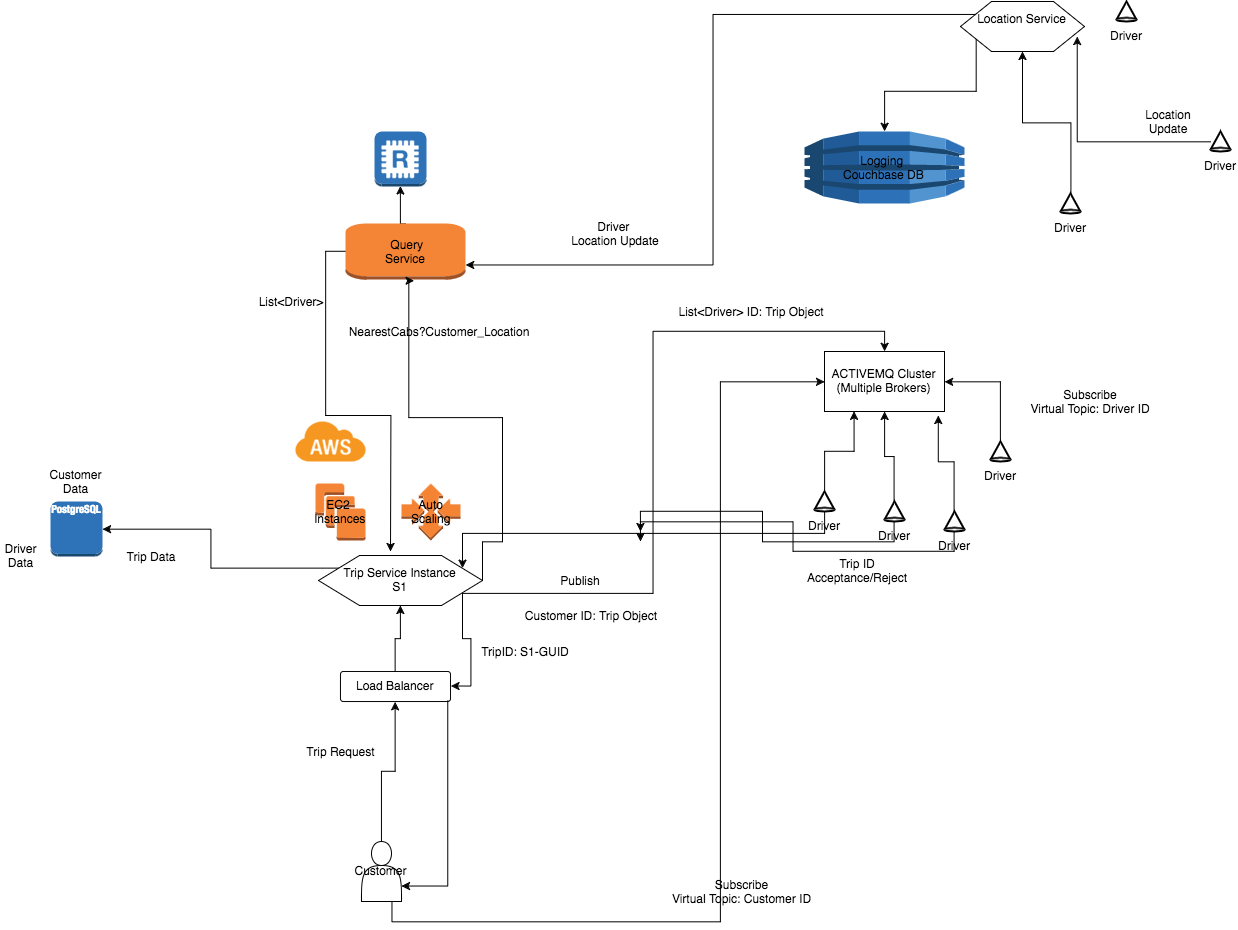
This is Careem.png from ashwanikumar04/ha-careem, a draw.io export, as it was before one commit. Source tidied: cells renumbered, new cells last; positions are measured from the earlier drawing's top-left corner, leaving out a move shared by most shapes. Its diagram source:
```xml
<mxGraphModel background="#ffffff">
  <root>
    <mxCell id="0" />
    <mxCell id="1" parent="0" />
    <mxCell id="2" style="dashed=0;html=1;shape=mxgraph.aws2.database.elasticcache_redis;strokeColor=none;" parent="1" vertex="1">
      <mxGeometry x="374" y="130" width="52" height="55" as="geometry" />
    </mxCell>
    <mxCell id="3" style="edgeStyle=orthogonalEdgeStyle;rounded=0;html=1;exitX=0.5;exitY=0;exitPerimeter=0;entryX=0.5;entryY=1;entryPerimeter=0;jettySize=auto;" parent="1" edge="1" source="5" target="2">
      <mxGeometry relative="1" as="geometry" />
    </mxCell>
    <mxCell id="4" style="edgeStyle=orthogonalEdgeStyle;rounded=0;html=1;exitX=0;exitY=0.5;exitPerimeter=0;jettySize=auto;" parent="1" edge="1" source="5">
      <mxGeometry relative="1" as="geometry">
        <mxPoint x="390" y="550" as="targetPoint" />
      </mxGeometry>
    </mxCell>
    <mxCell id="5" value="&amp;nbsp;Query&lt;div&gt;Service&lt;/div&gt;" style="dashed=0;html=1;shape=mxgraph.aws2.compute_and_networking.ec2_instance;strokeColor=none;" parent="1" vertex="1">
      <mxGeometry x="345" y="222" width="120" height="56" as="geometry" />
    </mxCell>
    <mxCell id="6" value="Logging &lt;br&gt;&lt;div&gt;Couchbase DB&lt;/div&gt;" style="dashed=0;html=1;shape=mxgraph.aws2.database.dynamodb;strokeColor=none;" parent="1" vertex="1">
      <mxGeometry x="804" y="130" width="160" height="72" as="geometry" />
    </mxCell>
    <mxCell id="7" value="ACTIVEMQ Cluster&lt;div&gt;(Multiple Brokers&lt;span&gt;)&lt;/span&gt;&lt;/div&gt;" style="whiteSpace=wrap;html=1;" parent="1" vertex="1">
      <mxGeometry x="824" y="350" width="120" height="60" as="geometry" />
    </mxCell>
    <mxCell id="8" style="edgeStyle=orthogonalEdgeStyle;rounded=0;html=1;jettySize=auto;" parent="1" edge="1" source="9" target="25">
      <mxGeometry relative="1" as="geometry" />
    </mxCell>
    <mxCell id="9" value="Driver&lt;div&gt;&lt;br&gt;&lt;/div&gt;" style="verticalLabelPosition=bottom;verticalAlign=top;html=1;strokeWidth=2;shape=mxgraph.basic.cone;" parent="1" vertex="1">
      <mxGeometry x="1060" y="192" width="20" height="20" as="geometry" />
    </mxCell>
    <mxCell id="10" style="edgeStyle=orthogonalEdgeStyle;rounded=0;html=1;entryX=0.941;entryY=0.693;entryPerimeter=0;jettySize=auto;" parent="1" edge="1" source="11" target="25">
      <mxGeometry relative="1" as="geometry" />
    </mxCell>
    <mxCell id="11" value="Driver&lt;div&gt;&lt;br&gt;&lt;/div&gt;" style="verticalLabelPosition=bottom;verticalAlign=top;html=1;strokeWidth=2;shape=mxgraph.basic.cone;" parent="1" vertex="1">
      <mxGeometry x="1210" y="130" width="20" height="20" as="geometry" />
    </mxCell>
    <mxCell id="12" style="edgeStyle=orthogonalEdgeStyle;rounded=0;html=1;exitX=0.5;exitY=0;exitPerimeter=0;entryX=0.25;entryY=1;jettySize=auto;" parent="1" edge="1" source="14" target="7">
      <mxGeometry relative="1" as="geometry" />
    </mxCell>
    <mxCell id="13" style="edgeStyle=orthogonalEdgeStyle;rounded=0;html=1;exitX=0.5;exitY=1;exitPerimeter=0;entryX=0.875;entryY=0.25;entryPerimeter=0;jettySize=auto;" parent="1" edge="1" source="14" target="33">
      <mxGeometry relative="1" as="geometry" />
    </mxCell>
    <mxCell id="14" value="Driver&lt;div&gt;&lt;br&gt;&lt;/div&gt;" style="verticalLabelPosition=bottom;verticalAlign=top;html=1;strokeWidth=2;shape=mxgraph.basic.cone;" parent="1" vertex="1">
      <mxGeometry x="814" y="490" width="20" height="20" as="geometry" />
    </mxCell>
    <mxCell id="15" style="edgeStyle=orthogonalEdgeStyle;rounded=0;html=1;exitX=0.5;exitY=0;exitPerimeter=0;entryX=1;entryY=0.5;jettySize=auto;" parent="1" edge="1" source="16" target="7">
      <mxGeometry relative="1" as="geometry" />
    </mxCell>
    <mxCell id="16" value="Driver&lt;div&gt;&lt;br&gt;&lt;/div&gt;" style="verticalLabelPosition=bottom;verticalAlign=top;html=1;strokeWidth=2;shape=mxgraph.basic.cone;" parent="1" vertex="1">
      <mxGeometry x="990" y="440" width="20" height="20" as="geometry" />
    </mxCell>
    <mxCell id="17" style="edgeStyle=orthogonalEdgeStyle;rounded=0;html=1;exitX=0.5;exitY=0;exitPerimeter=0;jettySize=auto;" parent="1" edge="1" source="19" target="7">
      <mxGeometry relative="1" as="geometry" />
    </mxCell>
    <mxCell id="18" style="edgeStyle=orthogonalEdgeStyle;rounded=0;html=1;exitX=0.5;exitY=1;exitPerimeter=0;jettySize=auto;" parent="1" edge="1" source="19">
      <mxGeometry relative="1" as="geometry">
        <mxPoint x="640" y="530" as="targetPoint" />
      </mxGeometry>
    </mxCell>
    <mxCell id="19" value="Driver&lt;div&gt;&lt;br&gt;&lt;/div&gt;" style="verticalLabelPosition=bottom;verticalAlign=top;html=1;strokeWidth=2;shape=mxgraph.basic.cone;" parent="1" vertex="1">
      <mxGeometry x="884" y="500" width="20" height="20" as="geometry" />
    </mxCell>
    <mxCell id="20" style="edgeStyle=orthogonalEdgeStyle;rounded=0;html=1;exitX=0.5;exitY=0;exitPerimeter=0;entryX=0.946;entryY=1.067;entryPerimeter=0;jettySize=auto;" parent="1" edge="1" source="22" target="7">
      <mxGeometry relative="1" as="geometry" />
    </mxCell>
    <mxCell id="21" style="edgeStyle=orthogonalEdgeStyle;rounded=0;html=1;exitX=0.5;exitY=1;exitPerimeter=0;jettySize=auto;" parent="1" edge="1" source="22">
      <mxGeometry relative="1" as="geometry">
        <mxPoint x="640" y="540" as="targetPoint" />
      </mxGeometry>
    </mxCell>
    <mxCell id="22" value="Driver&lt;div&gt;&lt;br&gt;&lt;/div&gt;" style="verticalLabelPosition=bottom;verticalAlign=top;html=1;strokeWidth=2;shape=mxgraph.basic.cone;" parent="1" vertex="1">
      <mxGeometry x="944" y="510" width="20" height="20" as="geometry" />
    </mxCell>
    <mxCell id="23" style="edgeStyle=orthogonalEdgeStyle;rounded=0;html=1;exitX=0.125;exitY=0.75;exitPerimeter=0;entryX=0.5;entryY=0;entryPerimeter=0;jettySize=auto;" parent="1" edge="1" source="25" target="6">
      <mxGeometry relative="1" as="geometry" />
    </mxCell>
    <mxCell id="24" style="edgeStyle=orthogonalEdgeStyle;rounded=0;html=1;exitX=0.125;exitY=0.25;exitPerimeter=0;entryX=1;entryY=0.75;entryPerimeter=0;jettySize=auto;" parent="1" edge="1" source="25" target="5">
      <mxGeometry relative="1" as="geometry" />
    </mxCell>
    <mxCell id="25" value="Location Service&lt;div&gt;&lt;br&gt;&lt;/div&gt;" style="shape=hexagon;perimeter=hexagonPerimeter;whiteSpace=wrap;html=1;" parent="1" vertex="1">
      <mxGeometry x="960" width="124" height="50" as="geometry" />
    </mxCell>
    <mxCell id="26" value="Driver&lt;div&gt;&lt;br&gt;&lt;/div&gt;" style="verticalLabelPosition=bottom;verticalAlign=top;html=1;strokeWidth=2;shape=mxgraph.basic.cone;" parent="1" vertex="1">
      <mxGeometry x="1116" width="20" height="20" as="geometry" />
    </mxCell>
    <mxCell id="27" value="Location Update" style="text;html=1;strokeColor=none;fillColor=none;align=center;verticalAlign=middle;whiteSpace=wrap;" parent="1" vertex="1">
      <mxGeometry x="1126" y="110" width="84" height="20" as="geometry" />
    </mxCell>
    <mxCell id="28" value="Subscribe&lt;br&gt;Virtual Topic: Driver ID" style="text;html=1;strokeColor=none;fillColor=none;align=center;verticalAlign=middle;whiteSpace=wrap;" parent="1" vertex="1">
      <mxGeometry x="1010" y="390" width="160" height="20" as="geometry" />
    </mxCell>
    <mxCell id="29" style="edgeStyle=orthogonalEdgeStyle;rounded=0;html=1;exitX=1;exitY=0.5;entryX=0.568;entryY=1.023;entryPerimeter=0;jettySize=auto;" parent="1" edge="1" source="33" target="5">
      <mxGeometry relative="1" as="geometry">
        <Array as="points">
          <mxPoint x="482" y="540" />
          <mxPoint x="502" y="540" />
          <mxPoint x="502" y="416" />
          <mxPoint x="408" y="416" />
        </Array>
      </mxGeometry>
    </mxCell>
    <mxCell id="30" style="edgeStyle=orthogonalEdgeStyle;rounded=0;html=1;exitX=0.875;exitY=0.75;exitPerimeter=0;entryX=1;entryY=0.5;entryPerimeter=0;jettySize=auto;" parent="1" edge="1" source="33" target="38">
      <mxGeometry relative="1" as="geometry" />
    </mxCell>
    <mxCell id="31" style="edgeStyle=orthogonalEdgeStyle;rounded=0;html=1;exitX=0.875;exitY=0.75;exitPerimeter=0;entryX=0.5;entryY=0;jettySize=auto;" parent="1" edge="1" source="33" target="7">
      <mxGeometry relative="1" as="geometry">
        <Array as="points">
          <mxPoint x="653" y="592" />
          <mxPoint x="653" y="330" />
          <mxPoint x="884" y="330" />
        </Array>
      </mxGeometry>
    </mxCell>
    <mxCell id="32" style="edgeStyle=orthogonalEdgeStyle;rounded=0;html=1;exitX=0.125;exitY=0.25;exitPerimeter=0;jettySize=auto;" parent="1" edge="1" source="33" target="50">
      <mxGeometry relative="1" as="geometry" />
    </mxCell>
    <mxCell id="33" value="Trip Service Instance&lt;div&gt;S1&lt;/div&gt;" style="shape=hexagon;perimeter=hexagonPerimeter;whiteSpace=wrap;html=1;" parent="1" vertex="1">
      <mxGeometry x="318" y="554" width="164" height="50" as="geometry" />
    </mxCell>
    <mxCell id="34" value="EC2&amp;nbsp;&lt;div&gt;Instances&lt;/div&gt;" style="dashed=0;html=1;shape=mxgraph.aws2.compute_and_networking.ec2_instances;strokeColor=none;" parent="1" vertex="1">
      <mxGeometry x="315" y="482" width="50" height="57" as="geometry" />
    </mxCell>
    <mxCell id="35" value="Auto&lt;div&gt;Scaling&lt;/div&gt;" style="dashed=0;html=1;shape=mxgraph.aws2.compute_and_networking.auto_scaling;strokeColor=none;" parent="1" vertex="1">
      <mxGeometry x="401" y="482" width="59" height="57" as="geometry" />
    </mxCell>
    <mxCell id="36" style="edgeStyle=orthogonalEdgeStyle;rounded=0;html=1;exitX=0.5;exitY=0;exitPerimeter=0;jettySize=auto;" parent="1" edge="1" source="38" target="33">
      <mxGeometry relative="1" as="geometry" />
    </mxCell>
    <mxCell id="37" style="edgeStyle=orthogonalEdgeStyle;rounded=0;html=1;exitX=0.975;exitY=0.975;exitPerimeter=0;entryX=1;entryY=0.75;jettySize=auto;" parent="1" edge="1" source="38" target="43">
      <mxGeometry relative="1" as="geometry" />
    </mxCell>
    <mxCell id="38" value="Load Balancer" style="dashed=0;html=1;shape=mxgraph.aws.groups.rrect;fillColor=none;strokeColor=#000000;gradientColor=none;" parent="1" vertex="1">
      <mxGeometry x="340" y="670" width="110" height="30" as="geometry" />
    </mxCell>
    <mxCell id="39" style="dashed=0;html=1;shape=mxgraph.aws.groups.aws_cloud_icon;strokeColor=none;fillColor=#F69721;gradientColor=none;" parent="1" vertex="1">
      <mxGeometry x="295" y="420" width="70" height="40" as="geometry" />
    </mxCell>
    <mxCell id="40" value="NearestCabs?&lt;span&gt;Customer_Location&lt;/span&gt;" style="text;html=1;strokeColor=none;fillColor=none;align=center;verticalAlign=middle;whiteSpace=wrap;" parent="1" vertex="1">
      <mxGeometry x="318" y="320" width="240" height="20" as="geometry" />
    </mxCell>
    <mxCell id="41" style="edgeStyle=orthogonalEdgeStyle;rounded=0;html=1;exitX=0.5;exitY=0;entryX=0.5;entryY=1;entryPerimeter=0;jettySize=auto;" parent="1" edge="1" source="43" target="38">
      <mxGeometry relative="1" as="geometry" />
    </mxCell>
    <mxCell id="42" style="edgeStyle=orthogonalEdgeStyle;rounded=0;html=1;exitX=0.75;exitY=1;entryX=0;entryY=0.5;jettySize=auto;" parent="1" edge="1" source="43" target="7">
      <mxGeometry relative="1" as="geometry">
        <Array as="points">
          <mxPoint x="391" y="920" />
          <mxPoint x="720" y="920" />
          <mxPoint x="720" y="380" />
        </Array>
      </mxGeometry>
    </mxCell>
    <mxCell id="43" value="Customer" style="shape=actor;whiteSpace=wrap;html=1;" parent="1" vertex="1">
      <mxGeometry x="361" y="840" width="40" height="60" as="geometry" />
    </mxCell>
    <mxCell id="44" value="TripID: S1-GUID" style="text;html=1;strokeColor=none;fillColor=none;align=center;verticalAlign=middle;whiteSpace=wrap;" parent="1" vertex="1">
      <mxGeometry x="470" y="640" width="110" height="20" as="geometry" />
    </mxCell>
    <mxCell id="45" value="Subscribe&lt;br&gt;Virtual Topic: Customer ID" style="text;html=1;strokeColor=none;fillColor=none;align=center;verticalAlign=middle;whiteSpace=wrap;" parent="1" vertex="1">
      <mxGeometry x="631" y="880" width="219" height="20" as="geometry" />
    </mxCell>
    <mxCell id="46" value="Publish" style="text;html=1;strokeColor=none;fillColor=none;align=center;verticalAlign=middle;whiteSpace=wrap;" parent="1" vertex="1">
      <mxGeometry x="520" y="569" width="120" height="20" as="geometry" />
    </mxCell>
    <mxCell id="47" value="Customer ID: Trip Object" style="text;html=1;strokeColor=none;fillColor=none;align=center;verticalAlign=middle;whiteSpace=wrap;" parent="1" vertex="1">
      <mxGeometry x="510" y="604" width="160" height="20" as="geometry" />
    </mxCell>
    <mxCell id="48" value="List&amp;lt;Driver&amp;gt;&lt;span&gt;&amp;nbsp;ID: Trip Object&lt;/span&gt;" style="text;html=1;strokeColor=none;fillColor=none;align=center;verticalAlign=middle;whiteSpace=wrap;" parent="1" vertex="1">
      <mxGeometry x="670" y="300" width="160" height="20" as="geometry" />
    </mxCell>
    <mxCell id="49" value="Trip ID&lt;div&gt;Acceptance/Reject&lt;/div&gt;" style="text;html=1;strokeColor=none;fillColor=none;align=center;verticalAlign=middle;whiteSpace=wrap;" parent="1" vertex="1">
      <mxGeometry x="772" y="559" width="168" height="20" as="geometry" />
    </mxCell>
    <mxCell id="50" style="dashed=0;html=1;shape=mxgraph.aws2.database.rds_postgresql;strokeColor=none;" parent="1" vertex="1">
      <mxGeometry x="50" y="500" width="52" height="55" as="geometry" />
    </mxCell>
    <mxCell id="51" value="Trip Data" style="text;html=1;strokeColor=none;fillColor=none;align=center;verticalAlign=middle;whiteSpace=wrap;" parent="1" vertex="1">
      <mxGeometry x="110" y="545" width="80" height="20" as="geometry" />
    </mxCell>
    <mxCell id="52" value="Customer Data" style="text;html=1;strokeColor=none;fillColor=none;align=center;verticalAlign=middle;whiteSpace=wrap;" parent="1" vertex="1">
      <mxGeometry x="56" y="470" width="40" height="20" as="geometry" />
    </mxCell>
    <mxCell id="53" value="Driver&lt;div&gt;Data&lt;/div&gt;" style="text;html=1;strokeColor=none;fillColor=none;align=center;verticalAlign=middle;whiteSpace=wrap;" parent="1" vertex="1">
      <mxGeometry y="544" width="40" height="20" as="geometry" />
    </mxCell>
    <mxCell id="54" value="Trip Request" style="text;html=1;strokeColor=none;fillColor=none;align=center;verticalAlign=middle;whiteSpace=wrap;" parent="1" vertex="1">
      <mxGeometry x="295" y="740" width="91" height="20" as="geometry" />
    </mxCell>
    <mxCell id="55" value="List&amp;lt;Driver&amp;gt;" style="text;html=1;strokeColor=none;fillColor=none;align=center;verticalAlign=middle;whiteSpace=wrap;" parent="1" vertex="1">
      <mxGeometry x="235" y="290" width="110" height="20" as="geometry" />
    </mxCell>
    <mxCell id="56" value="Driver&amp;nbsp;&lt;div&gt;Location Update&lt;/div&gt;" style="text;html=1;strokeColor=none;fillColor=none;align=center;verticalAlign=middle;whiteSpace=wrap;" parent="1" vertex="1">
      <mxGeometry x="570" y="222" width="90" height="20" as="geometry" />
    </mxCell>
  </root>
</mxGraphModel>
```
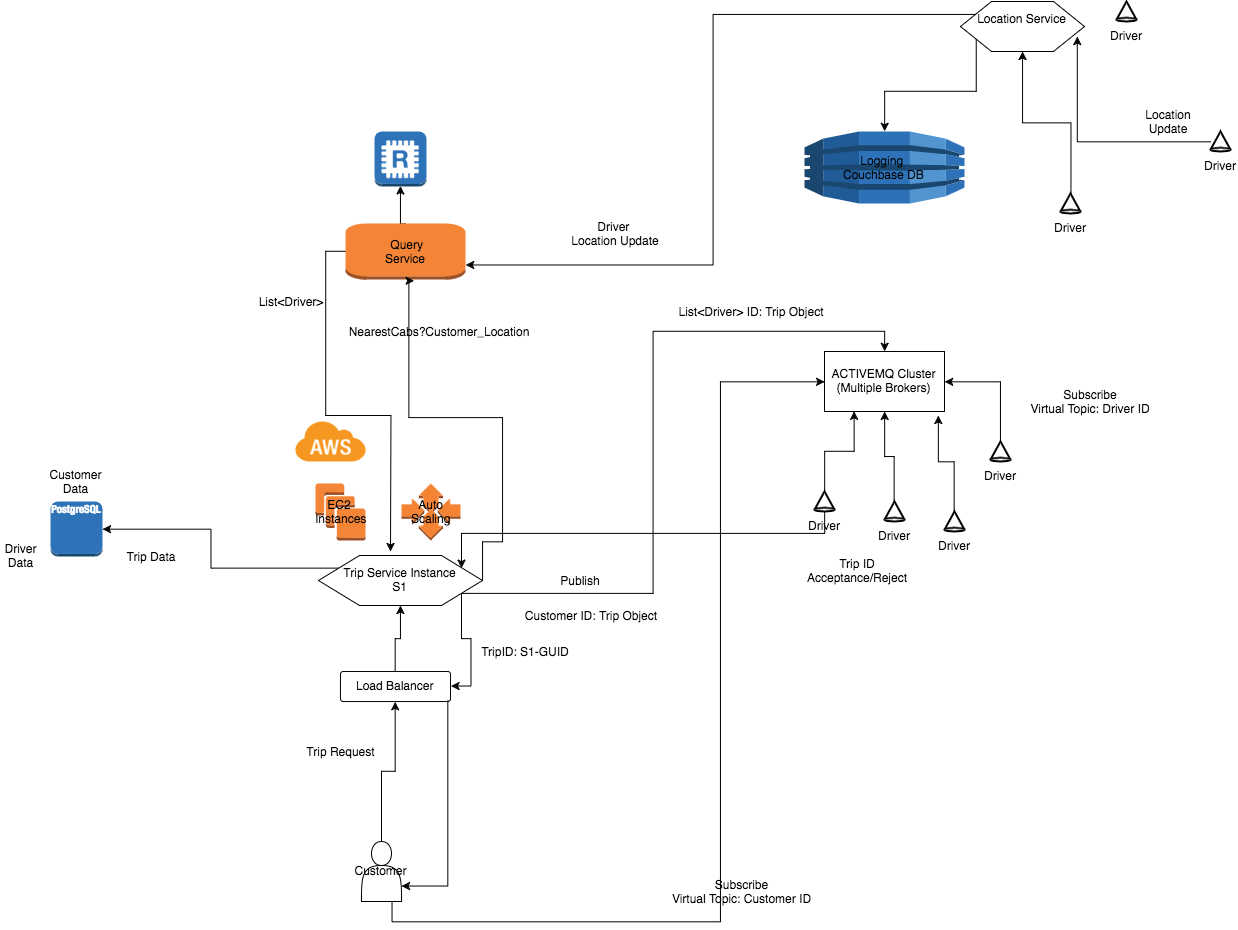
The same diagram one commit later.

What changed in the source:
```diff
@@ -52,22 +52,12 @@
     <mxCell id="17" style="edgeStyle=orthogonalEdgeStyle;rounded=0;html=1;exitX=0.5;exitY=0;exitPerimeter=0;jettySize=auto;" parent="1" edge="1" source="19" target="7">
       <mxGeometry relative="1" as="geometry" />
     </mxCell>
-    <mxCell id="18" style="edgeStyle=orthogonalEdgeStyle;rounded=0;html=1;exitX=0.5;exitY=1;exitPerimeter=0;jettySize=auto;" parent="1" edge="1" source="19">
-      <mxGeometry relative="1" as="geometry">
-        <mxPoint x="640" y="530" as="targetPoint" />
-      </mxGeometry>
-    </mxCell>
     <mxCell id="19" value="Driver&lt;div&gt;&lt;br&gt;&lt;/div&gt;" style="verticalLabelPosition=bottom;verticalAlign=top;html=1;strokeWidth=2;shape=mxgraph.basic.cone;" parent="1" vertex="1">
       <mxGeometry x="884" y="500" width="20" height="20" as="geometry" />
     </mxCell>
     <mxCell id="20" style="edgeStyle=orthogonalEdgeStyle;rounded=0;html=1;exitX=0.5;exitY=0;exitPerimeter=0;entryX=0.946;entryY=1.067;entryPerimeter=0;jettySize=auto;" parent="1" edge="1" source="22" target="7">
       <mxGeometry relative="1" as="geometry" />
     </mxCell>
-    <mxCell id="21" style="edgeStyle=orthogonalEdgeStyle;rounded=0;html=1;exitX=0.5;exitY=1;exitPerimeter=0;jettySize=auto;" parent="1" edge="1" source="22">
-      <mxGeometry relative="1" as="geometry">
-        <mxPoint x="640" y="540" as="targetPoint" />
-      </mxGeometry>
-    </mxCell>
     <mxCell id="22" value="Driver&lt;div&gt;&lt;br&gt;&lt;/div&gt;" style="verticalLabelPosition=bottom;verticalAlign=top;html=1;strokeWidth=2;shape=mxgraph.basic.cone;" parent="1" vertex="1">
       <mxGeometry x="944" y="510" width="20" height="20" as="geometry" />
     </mxCell>
```
